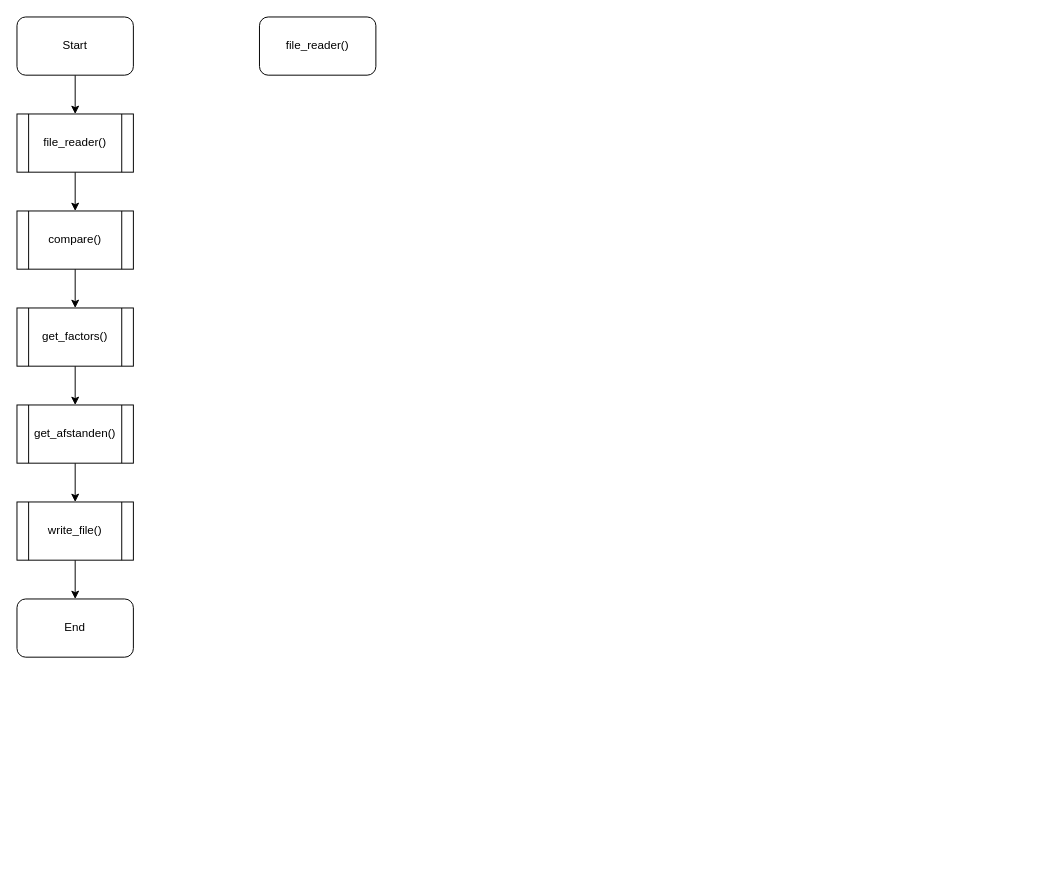
Above: Untitled Diagram.drawio in BramUt/QTL (draw.io), before the change. Source tidied: cells renumbered, new cells numbered last; positions are measured from the earlier drawing's top-left corner, leaving out a move shared by most shapes. Both pictures are drawn from the tidied source at 97%, with x=0, y=0 at pixel (16, 16).
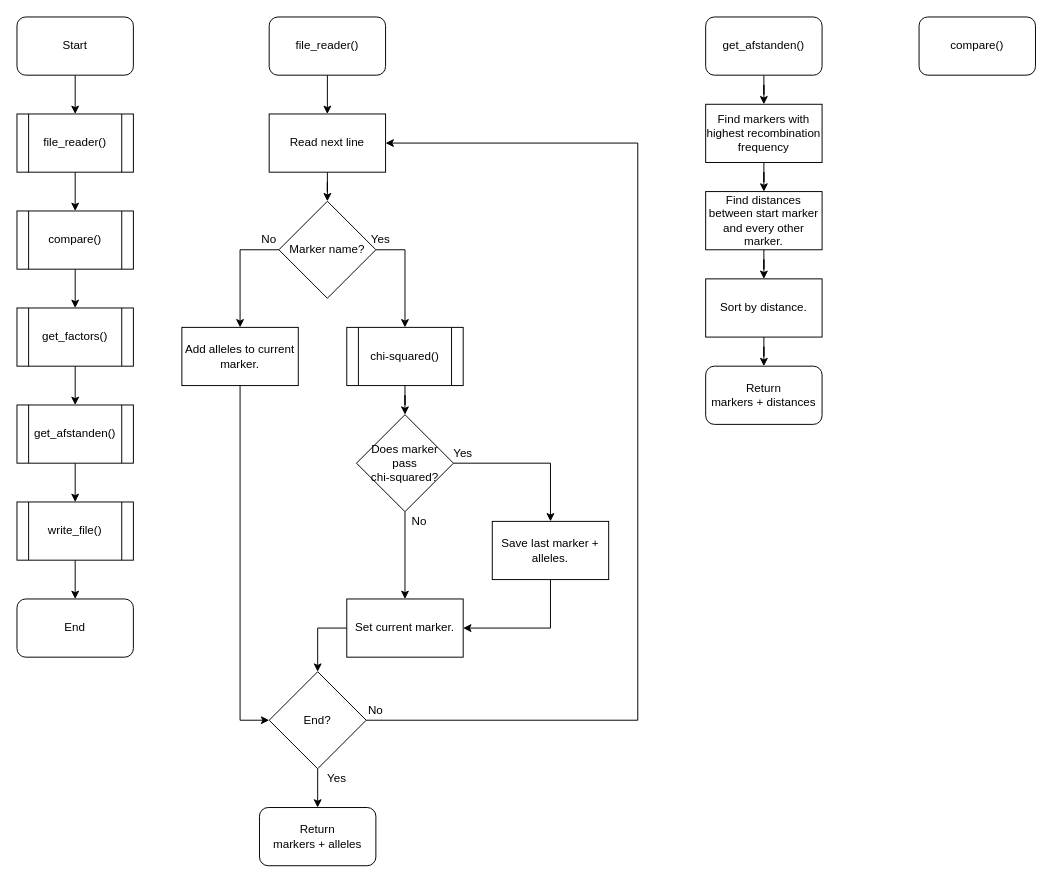
After the change.

What changed in the source:
```diff
@@
+    <mxCell id="16" style="edgeStyle=orthogonalEdgeStyle;rounded=0;jettySize=auto;html=1;" parent="1" edge="1" source="15" target="18">
+      <mxGeometry relative="1" as="geometry" />
+    </mxCell>
     <mxCell id="15" value="file_reader()" style="rounded=1;whiteSpace=wrap;html=1;" parent="1" vertex="1">
-      <mxGeometry x="250" width="120" height="60" as="geometry" />
+      <mxGeometry x="260" width="120" height="60" as="geometry" />
     </mxCell>
+    <mxCell id="17" style="edgeStyle=orthogonalEdgeStyle;rounded=0;jettySize=auto;html=1;" parent="1" edge="1" source="18" target="24">
+      <mxGeometry relative="1" as="geometry" />
+    </mxCell>
+    <mxCell id="18" value="Read next line" style="rounded=0;whiteSpace=wrap;html=1;" parent="1" vertex="1">
+      <mxGeometry x="260" y="100" width="120" height="60" as="geometry" />
+    </mxCell>
+    <mxCell id="19" style="edgeStyle=orthogonalEdgeStyle;rounded=0;jettySize=auto;html=1;entryX=1;entryY=0.5;entryDx=0;entryDy=0;" parent="1" edge="1" source="21" target="18">
+      <mxGeometry relative="1" as="geometry">
+        <Array as="points">
+          <mxPoint x="640" y="725" />
+          <mxPoint x="640" y="130" />
+        </Array>
+      </mxGeometry>
+    </mxCell>
+    <mxCell id="20" style="edgeStyle=orthogonalEdgeStyle;rounded=0;jettySize=auto;html=1;" parent="1" edge="1" source="21" target="35">
+      <mxGeometry relative="1" as="geometry" />
+    </mxCell>
+    <mxCell id="21" value="End?" style="rhombus;whiteSpace=wrap;html=1;" parent="1" vertex="1">
+      <mxGeometry x="260" y="675" width="100" height="100" as="geometry" />
+    </mxCell>
+    <mxCell id="22" style="edgeStyle=orthogonalEdgeStyle;rounded=0;jettySize=auto;html=1;entryX=0.5;entryY=0;entryDx=0;entryDy=0;" parent="1" edge="1" source="24" target="26">
+      <mxGeometry relative="1" as="geometry">
+        <Array as="points">
+          <mxPoint x="230" y="240" />
+        </Array>
+      </mxGeometry>
+    </mxCell>
+    <mxCell id="23" style="edgeStyle=orthogonalEdgeStyle;rounded=0;jettySize=auto;html=1;" parent="1" edge="1" source="24" target="37">
+      <mxGeometry relative="1" as="geometry">
+        <Array as="points">
+          <mxPoint x="400" y="240" />
+        </Array>
+      </mxGeometry>
+    </mxCell>
+    <mxCell id="24" value="Marker name?" style="rhombus;whiteSpace=wrap;html=1;" parent="1" vertex="1">
+      <mxGeometry x="270" y="190" width="100" height="100" as="geometry" />
+    </mxCell>
+    <mxCell id="25" style="edgeStyle=orthogonalEdgeStyle;rounded=0;jettySize=auto;html=1;entryX=0;entryY=0.5;entryDx=0;entryDy=0;" parent="1" edge="1" source="26" target="21">
+      <mxGeometry relative="1" as="geometry">
+        <Array as="points">
+          <mxPoint x="230" y="725" />
+        </Array>
+      </mxGeometry>
+    </mxCell>
+    <mxCell id="26" value="Add alleles to current marker." style="rounded=0;whiteSpace=wrap;html=1;" parent="1" vertex="1">
+      <mxGeometry x="170" y="320" width="120" height="60" as="geometry" />
+    </mxCell>
+    <mxCell id="27" style="edgeStyle=orthogonalEdgeStyle;rounded=0;jettySize=auto;html=1;entryX=1;entryY=0.5;entryDx=0;entryDy=0;" parent="1" edge="1" source="28" target="30">
+      <mxGeometry relative="1" as="geometry">
+        <Array as="points">
+          <mxPoint x="550" y="630" />
+        </Array>
+      </mxGeometry>
+    </mxCell>
+    <mxCell id="28" value="Save last marker + alleles." style="rounded=0;whiteSpace=wrap;html=1;" parent="1" vertex="1">
+      <mxGeometry x="490" y="520" width="120" height="60" as="geometry" />
+    </mxCell>
+    <mxCell id="29" style="edgeStyle=orthogonalEdgeStyle;rounded=0;jettySize=auto;html=1;" parent="1" edge="1" source="30" target="21">
+      <mxGeometry relative="1" as="geometry">
+        <Array as="points">
+          <mxPoint x="310" y="630" />
+        </Array>
+      </mxGeometry>
+    </mxCell>
+    <mxCell id="30" value="Set current marker." style="rounded=0;whiteSpace=wrap;html=1;" parent="1" vertex="1">
+      <mxGeometry x="340" y="600" width="120" height="60" as="geometry" />
+    </mxCell>
+    <mxCell id="31" value="Yes" style="text;html=1;strokeColor=none;fillColor=none;align=center;verticalAlign=middle;whiteSpace=wrap;rounded=0;" parent="1" vertex="1">
+      <mxGeometry x="355" y="220" width="40" height="20" as="geometry" />
+    </mxCell>
+    <mxCell id="32" value="&lt;div&gt;No&lt;/div&gt;" style="text;html=1;strokeColor=none;fillColor=none;align=center;verticalAlign=middle;whiteSpace=wrap;rounded=0;" parent="1" vertex="1">
+      <mxGeometry x="240" y="220" width="40" height="20" as="geometry" />
+    </mxCell>
+    <mxCell id="33" value="No" style="text;html=1;strokeColor=none;fillColor=none;align=center;verticalAlign=middle;whiteSpace=wrap;rounded=0;" parent="1" vertex="1">
+      <mxGeometry x="350" y="705" width="40" height="20" as="geometry" />
+    </mxCell>
+    <mxCell id="34" value="Yes" style="text;html=1;strokeColor=none;fillColor=none;align=center;verticalAlign=middle;whiteSpace=wrap;rounded=0;" parent="1" vertex="1">
+      <mxGeometry x="310" y="775" width="40" height="20" as="geometry" />
+    </mxCell>
+    <mxCell id="35" value="&lt;div&gt;Return &lt;br&gt;&lt;/div&gt;&lt;div&gt;markers + alleles&lt;/div&gt;" style="rounded=1;whiteSpace=wrap;html=1;" parent="1" vertex="1">
+      <mxGeometry x="250" y="815" width="120" height="60" as="geometry" />
+    </mxCell>
+    <mxCell id="36" style="edgeStyle=orthogonalEdgeStyle;rounded=0;jettySize=auto;html=1;" parent="1" edge="1" source="37" target="40">
+      <mxGeometry relative="1" as="geometry" />
+    </mxCell>
+    <mxCell id="37" value="chi-squared()" style="shape=process;whiteSpace=wrap;html=1;backgroundOutline=1;" parent="1" vertex="1">
+      <mxGeometry x="340" y="320" width="120" height="60" as="geometry" />
+    </mxCell>
+    <mxCell id="38" style="edgeStyle=orthogonalEdgeStyle;rounded=0;jettySize=auto;html=1;entryX=0.5;entryY=0;entryDx=0;entryDy=0;" parent="1" edge="1" source="40" target="28">
+      <mxGeometry relative="1" as="geometry">
+        <Array as="points">
+          <mxPoint x="550" y="460" />
+        </Array>
+      </mxGeometry>
+    </mxCell>
+    <mxCell id="39" style="edgeStyle=orthogonalEdgeStyle;rounded=0;jettySize=auto;html=1;" parent="1" edge="1" source="40" target="30">
+      <mxGeometry relative="1" as="geometry" />
+    </mxCell>
+    <mxCell id="40" value="&lt;div&gt;Does marker &lt;br&gt;&lt;/div&gt;&lt;div&gt;pass &lt;br&gt;&lt;/div&gt;&lt;div&gt;chi-squared?&lt;/div&gt;" style="rhombus;whiteSpace=wrap;html=1;" parent="1" vertex="1">
+      <mxGeometry x="350" y="410" width="100" height="100" as="geometry" />
+    </mxCell>
+    <mxCell id="41" value="&lt;div&gt;Yes&lt;/div&gt;" style="text;html=1;strokeColor=none;fillColor=none;align=center;verticalAlign=middle;whiteSpace=wrap;rounded=0;" parent="1" vertex="1">
+      <mxGeometry x="440" y="440" width="40" height="20" as="geometry" />
+    </mxCell>
+    <mxCell id="42" value="No" style="text;html=1;strokeColor=none;fillColor=none;align=center;verticalAlign=middle;whiteSpace=wrap;rounded=0;" parent="1" vertex="1">
+      <mxGeometry x="395" y="510" width="40" height="20" as="geometry" />
+    </mxCell>
+    <mxCell id="43" style="edgeStyle=orthogonalEdgeStyle;rounded=0;jettySize=auto;html=1;" parent="1" edge="1" source="44" target="46">
+      <mxGeometry relative="1" as="geometry" />
+    </mxCell>
+    <mxCell id="44" value="get_afstanden()" style="rounded=1;whiteSpace=wrap;html=1;" parent="1" vertex="1">
+      <mxGeometry x="710" width="120" height="60" as="geometry" />
+    </mxCell>
+    <mxCell id="45" style="edgeStyle=orthogonalEdgeStyle;rounded=0;jettySize=auto;html=1;" parent="1" edge="1" source="46" target="48">
+      <mxGeometry relative="1" as="geometry" />
+    </mxCell>
+    <mxCell id="46" value="Find markers with highest recombination frequency" style="rounded=0;whiteSpace=wrap;html=1;" parent="1" vertex="1">
+      <mxGeometry x="710" y="90" width="120" height="60" as="geometry" />
+    </mxCell>
+    <mxCell id="47" style="edgeStyle=orthogonalEdgeStyle;rounded=0;jettySize=auto;html=1;" parent="1" edge="1" source="48" target="50">
+      <mxGeometry relative="1" as="geometry" />
+    </mxCell>
+    <mxCell id="48" value="Find distances between start marker and every other marker." style="rounded=0;whiteSpace=wrap;html=1;" parent="1" vertex="1">
+      <mxGeometry x="710" y="180" width="120" height="60" as="geometry" />
+    </mxCell>
+    <mxCell id="49" style="edgeStyle=orthogonalEdgeStyle;rounded=0;jettySize=auto;html=1;" parent="1" edge="1" source="50" target="51">
+      <mxGeometry relative="1" as="geometry" />
+    </mxCell>
+    <mxCell id="50" value="Sort by distance." style="rounded=0;whiteSpace=wrap;html=1;" parent="1" vertex="1">
+      <mxGeometry x="710" y="270" width="120" height="60" as="geometry" />
+    </mxCell>
+    <mxCell id="51" value="&lt;div&gt;Return&lt;/div&gt;&lt;div&gt;markers + distances&lt;br&gt;&lt;/div&gt;" style="rounded=1;whiteSpace=wrap;html=1;" parent="1" vertex="1">
+      <mxGeometry x="710" y="360" width="120" height="60" as="geometry" />
+    </mxCell>
+    <mxCell id="52" value="compare()" style="rounded=1;whiteSpace=wrap;html=1;" parent="1" vertex="1">
+      <mxGeometry x="930" width="120" height="60" as="geometry" />
+    </mxCell>
```
